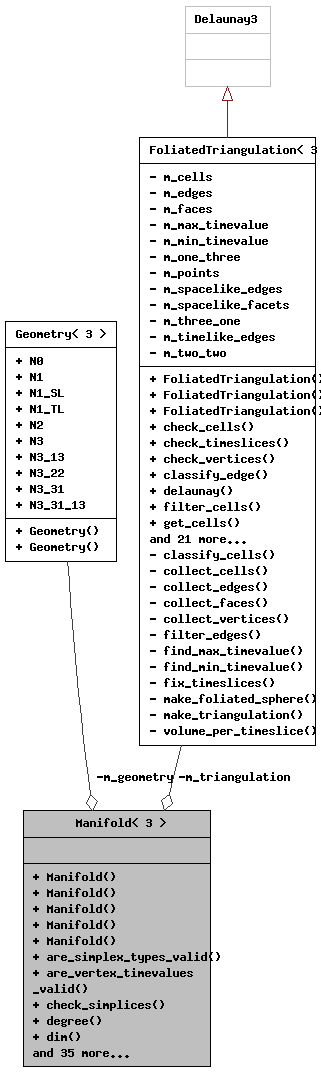
acgetchell/CDT-plusplus keeps this Graphviz diagram as class_manifold_3_013_01_4__coll__graph.png. Above is the earlier version. Its source is kept beside it as class_manifold_3_013_01_4__coll__graph.dot.
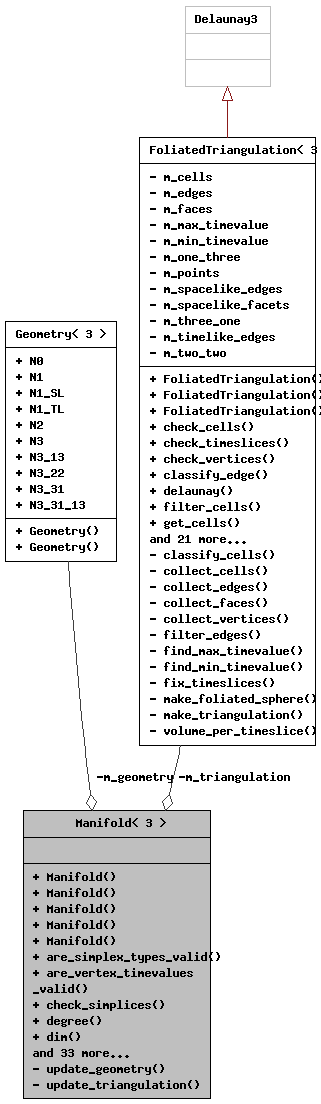
After the commit.

Diff of the diagram source:
```diff
@@ -2,7 +2,7 @@
 {
   edge [fontname="Helvetica",fontsize="10",labelfontname="Helvetica",labelfontsize="10"];
   node [fontname="Helvetica",fontsize="10",shape=record];
-  Node1 [label="{Manifold\< 3 \>\n||+ Manifold()\l+ Manifold()\l+ Manifold()\l+ Manifold()\l+ Manifold()\l+ are_simplex_types_valid()\l+ are_vertex_timevalues\l_valid()\l+ check_simplices()\l+ degree()\l+ dim()\land 35 more...\l}",height=0.2,width=0.4,color="black", fillcolor="grey75", style="filled", fontcolor="black",tooltip="3D Manifold"];
+  Node1 [label="{Manifold\< 3 \>\n||+ Manifold()\l+ Manifold()\l+ Manifold()\l+ Manifold()\l+ Manifold()\l+ are_simplex_types_valid()\l+ are_vertex_timevalues\l_valid()\l+ check_simplices()\l+ degree()\l+ dim()\land 33 more...\l- update_geometry()\l- update_triangulation()\l}",height=0.2,width=0.4,color="black", fillcolor="grey75", style="filled", fontcolor="black",tooltip="3D Manifold"];
   Node2 -> Node1 [color="grey25",fontsize="10",style="solid",label=" -m_geometry" ,arrowhead="odiamond",fontname="Helvetica"];
   Node2 [label="{Geometry\< 3 \>\n|+ N0\l+ N1\l+ N1_SL\l+ N1_TL\l+ N2\l+ N3\l+ N3_13\l+ N3_22\l+ N3_31\l+ N3_31_13\l|+ Geometry()\l+ Geometry()\l}",height=0.2,width=0.4,color="black", fillcolor="white", style="filled",URL="$struct_geometry_3_013_01_4.html",tooltip="3D Geometry"];
   Node3 -> Node1 [color="grey25",fontsize="10",style="solid",label=" -m_triangulation" ,arrowhead="odiamond",fontname="Helvetica"];
```
